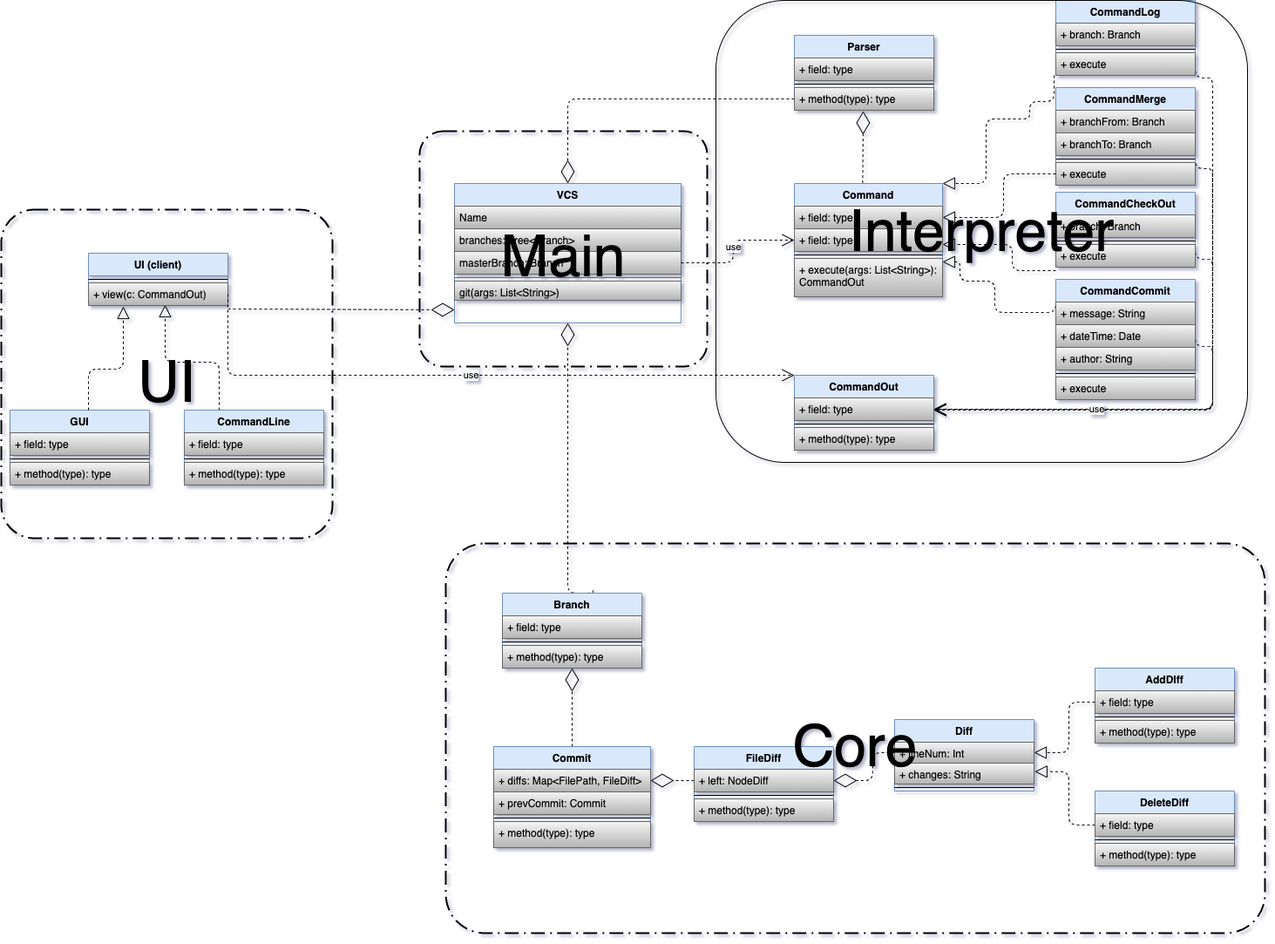
Earlier version of the draw.io export src/main/kotlin/com/roguelike/docs/vcs/class.png (Gammanik/roguelike). Source tidied: cells renumbered, new cells last; positions are measured from the earlier drawing's top-left corner, leaving out a move shared by most shapes.
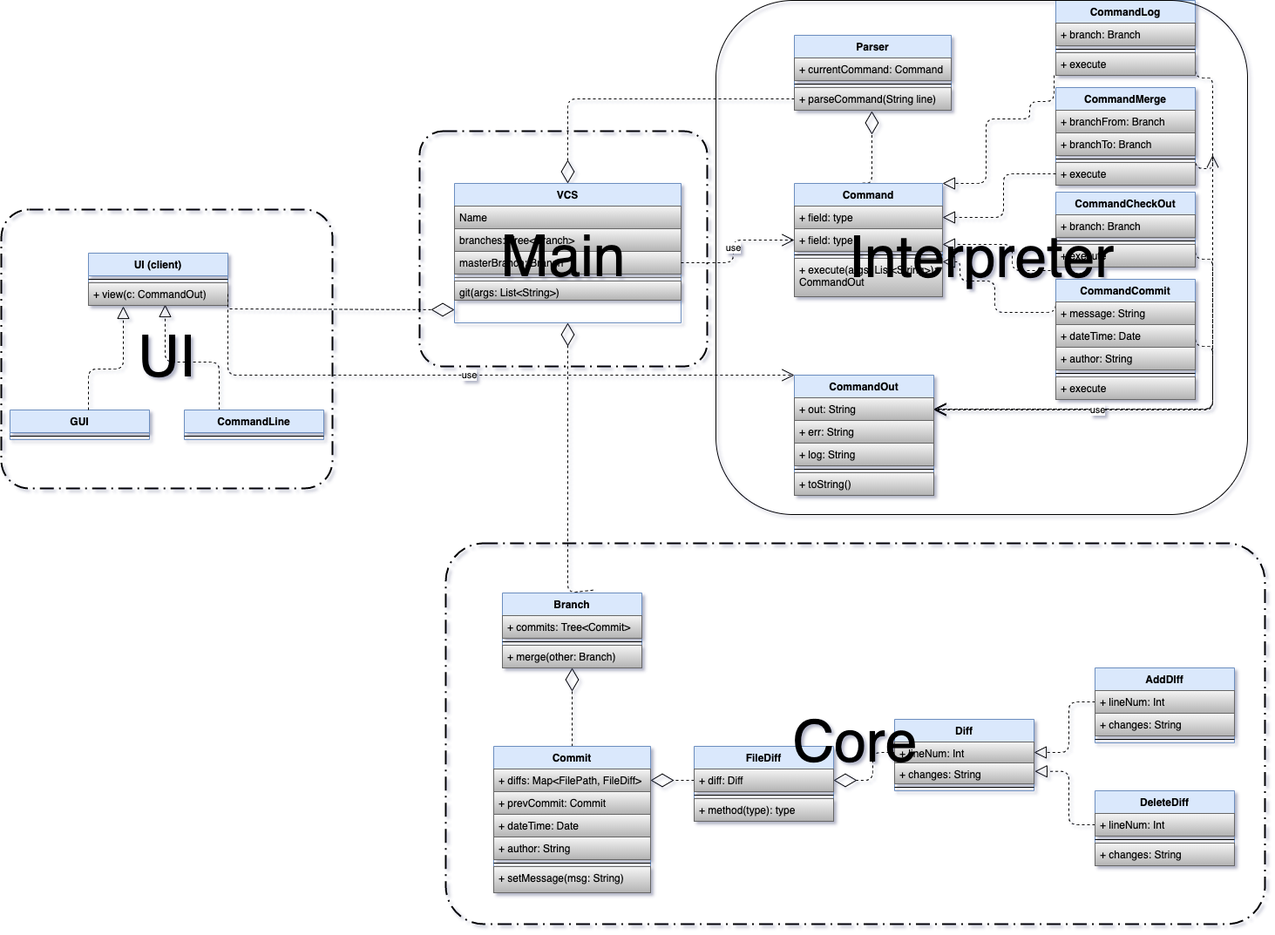
Later version of the same file.

What changed in the source:
```diff
@@ -4,2 +4,5 @@
     <mxCell id="1" parent="0" />
+    <mxCell id="92" value="UI" style="rounded=1;arcSize=10;dashed=1;strokeColor=#000000;fillColor=none;gradientColor=none;dashPattern=8 3 1 3;strokeWidth=2;fontSize=66;" parent="1" vertex="1">
+      <mxGeometry y="240" width="380" height="320" as="geometry" />
+    </mxCell>
     <mxCell id="2" style="edgeStyle=orthogonalEdgeStyle;rounded=1;jettySize=auto;html=1;exitX=0.25;exitY=0;exitDx=0;exitDy=0;entryX=0.55;entryY=0.962;entryDx=0;entryDy=0;entryPerimeter=0;endArrow=block;endFill=0;dashed=1;endSize=12;" parent="1" edge="1" source="11" target="10">
@@ -43,15 +46,9 @@
     <mxCell id="11" value="CommandLine" style="swimlane;fontStyle=1;align=center;verticalAlign=top;horizontal=1;startSize=26;strokeColor=#6c8ebf;fillColor=#dae8fc;" parent="1" vertex="1">
-      <mxGeometry x="210" y="470" width="160" height="86" as="geometry" />
+      <mxGeometry x="210" y="470" width="160" height="34" as="geometry" />
     </mxCell>
-    <mxCell id="12" value="+ field: type" style="text;strokeColor=#666666;fillColor=#f5f5f5;align=left;verticalAlign=top;spacingLeft=4;spacingRight=4;overflow=hidden;gradientColor=#b3b3b3;" parent="11" vertex="1">
-      <mxGeometry y="26" width="160" height="26" as="geometry" />
-    </mxCell>
     <mxCell id="13" style="line;strokeWidth=1;fillColor=none;align=left;verticalAlign=middle;spacingTop=-1;spacingLeft=3;spacingRight=3;labelPosition=right;" parent="11" vertex="1">
-      <mxGeometry y="52" width="160" height="8" as="geometry" />
+      <mxGeometry y="26" width="160" height="8" as="geometry" />
     </mxCell>
-    <mxCell id="14" value="+ method(type): type" style="text;strokeColor=#666666;fillColor=#f5f5f5;align=left;verticalAlign=top;spacingLeft=4;spacingRight=4;overflow=hidden;gradientColor=#b3b3b3;" parent="11" vertex="1">
-      <mxGeometry y="60" width="160" height="26" as="geometry" />
-    </mxCell>
     <mxCell id="15" value="GUI" style="swimlane;fontStyle=1;align=center;verticalAlign=top;horizontal=1;startSize=26;strokeColor=#6c8ebf;fillColor=#dae8fc;" parent="1" vertex="1">
-      <mxGeometry x="10" y="470" width="160" height="86" as="geometry" />
+      <mxGeometry x="10" y="470" width="160" height="34" as="geometry" />
     </mxCell>
@@ -66,11 +63,5 @@
     </mxCell>
-    <mxCell id="17" value="+ field: type" style="text;strokeColor=#666666;fillColor=#f5f5f5;align=left;verticalAlign=top;spacingLeft=4;spacingRight=4;overflow=hidden;gradientColor=#b3b3b3;" parent="15" vertex="1">
-      <mxGeometry y="26" width="160" height="26" as="geometry" />
-    </mxCell>
     <mxCell id="18" style="line;strokeWidth=1;fillColor=none;align=left;verticalAlign=middle;spacingTop=-1;spacingLeft=3;spacingRight=3;labelPosition=right;" parent="15" vertex="1">
-      <mxGeometry y="52" width="160" height="8" as="geometry" />
+      <mxGeometry y="26" width="160" height="8" as="geometry" />
     </mxCell>
-    <mxCell id="19" value="+ method(type): type" style="text;strokeColor=#666666;fillColor=#f5f5f5;align=left;verticalAlign=top;spacingLeft=4;spacingRight=4;overflow=hidden;gradientColor=#b3b3b3;" parent="15" vertex="1">
-      <mxGeometry y="60" width="160" height="26" as="geometry" />
-    </mxCell>
     <mxCell id="20" style="edgeStyle=orthogonalEdgeStyle;rounded=1;jettySize=auto;html=1;dashed=1;endArrow=block;endFill=0;endSize=12;entryX=1.005;entryY=0.408;entryDx=0;entryDy=0;entryPerimeter=0;" parent="1" edge="1" source="88" target="81">
@@ -103,12 +94,12 @@
     <mxCell id="29" value="Parser" style="swimlane;fontStyle=1;align=center;verticalAlign=top;horizontal=1;startSize=26;fillColor=#dae8fc;strokeColor=#6c8ebf;" parent="1" vertex="1">
-      <mxGeometry x="910" y="40" width="160" height="86" as="geometry" />
+      <mxGeometry x="910" y="40" width="180" height="86" as="geometry" />
     </mxCell>
-    <mxCell id="30" value="+ field: type" style="text;strokeColor=#666666;fillColor=#f5f5f5;align=left;verticalAlign=top;spacingLeft=4;spacingRight=4;overflow=hidden;gradientColor=#b3b3b3;" parent="29" vertex="1">
-      <mxGeometry y="26" width="160" height="26" as="geometry" />
+    <mxCell id="30" value="+ currentCommand: Command" style="text;strokeColor=#666666;fillColor=#f5f5f5;align=left;verticalAlign=top;spacingLeft=4;spacingRight=4;overflow=hidden;gradientColor=#b3b3b3;" parent="29" vertex="1">
+      <mxGeometry y="26" width="180" height="26" as="geometry" />
     </mxCell>
     <mxCell id="31" style="line;strokeWidth=1;fillColor=none;align=left;verticalAlign=middle;spacingTop=-1;spacingLeft=3;spacingRight=3;labelPosition=right;" parent="29" vertex="1">
-      <mxGeometry y="52" width="160" height="8" as="geometry" />
+      <mxGeometry y="52" width="180" height="8" as="geometry" />
     </mxCell>
-    <mxCell id="32" value="+ method(type): type" style="text;strokeColor=#666666;fillColor=#f5f5f5;align=left;verticalAlign=top;spacingLeft=4;spacingRight=4;overflow=hidden;points=[[0,0.5],[1,0.5]];portConstraint=eastwest;gradientColor=#b3b3b3;" parent="29" vertex="1">
-      <mxGeometry y="60" width="160" height="26" as="geometry" />
+    <mxCell id="32" value="+ parseCommand(String line)" style="text;strokeColor=#666666;fillColor=#f5f5f5;align=left;verticalAlign=top;spacingLeft=4;spacingRight=4;overflow=hidden;points=[[0,0.5],[1,0.5]];portConstraint=eastwest;gradientColor=#b3b3b3;" parent="29" vertex="1">
+      <mxGeometry y="60" width="180" height="26" as="geometry" />
     </mxCell>
@@ -171,15 +162,22 @@
     <mxCell id="43" value="CommandOut" style="swimlane;fontStyle=1;align=center;verticalAlign=top;horizontal=1;startSize=26;strokeColor=#6c8ebf;fillColor=#dae8fc;" parent="1" vertex="1">
-      <mxGeometry x="910" y="430" width="160" height="86" as="geometry" />
+      <mxGeometry x="910" y="430" width="160" height="138" as="geometry" />
     </mxCell>
+    <mxCell id="102" value="+ out: String" style="text;strokeColor=#666666;fillColor=#f5f5f5;align=left;verticalAlign=top;spacingLeft=4;spacingRight=4;overflow=hidden;gradientColor=#b3b3b3;" parent="43" vertex="1">
+      <mxGeometry y="26" width="160" height="26" as="geometry" />
+    </mxCell>
+    <mxCell id="103" value="+ err: String" style="text;strokeColor=#666666;fillColor=#f5f5f5;align=left;verticalAlign=top;spacingLeft=4;spacingRight=4;overflow=hidden;gradientColor=#b3b3b3;" parent="43" vertex="1">
+      <mxGeometry y="52" width="160" height="26" as="geometry" />
+    </mxCell>
-    <mxCell id="44" value="+ field: type" style="text;strokeColor=#666666;fillColor=#f5f5f5;align=left;verticalAlign=top;spacingLeft=4;spacingRight=4;overflow=hidden;points=[[0,0.5],[1,0.5]];portConstraint=eastwest;gradientColor=#b3b3b3;" parent="43" vertex="1">
-      <mxGeometry y="26" width="160" height="26" as="geometry" />
+    <mxCell id="44" value="+ log: String" style="text;strokeColor=#666666;fillColor=#f5f5f5;align=left;verticalAlign=top;spacingLeft=4;spacingRight=4;overflow=hidden;points=[[0,0.5],[1,0.5]];portConstraint=eastwest;gradientColor=#b3b3b3;" parent="43" vertex="1">
+      <mxGeometry y="78" width="160" height="26" as="geometry" />
     </mxCell>
     <mxCell id="45" style="line;strokeWidth=1;fillColor=none;align=left;verticalAlign=middle;spacingTop=-1;spacingLeft=3;spacingRight=3;labelPosition=right;" parent="43" vertex="1">
-      <mxGeometry y="52" width="160" height="8" as="geometry" />
+      <mxGeometry y="104" width="160" height="8" as="geometry" />
     </mxCell>
-    <mxCell id="46" value="+ method(type): type" style="text;strokeColor=#666666;fillColor=#f5f5f5;align=left;verticalAlign=top;spacingLeft=4;spacingRight=4;overflow=hidden;gradientColor=#b3b3b3;" parent="43" vertex="1">
-      <mxGeometry y="60" width="160" height="26" as="geometry" />
+    <mxCell id="46" value="+ toString()" style="text;strokeColor=#666666;fillColor=#f5f5f5;align=left;verticalAlign=top;spacingLeft=4;spacingRight=4;overflow=hidden;gradientColor=#b3b3b3;" parent="43" vertex="1">
+      <mxGeometry y="112" width="160" height="26" as="geometry" />
     </mxCell>
-    <mxCell id="47" style="edgeStyle=orthogonalEdgeStyle;rounded=1;jettySize=auto;html=1;exitX=1;exitY=0.5;exitDx=0;exitDy=0;entryX=1;entryY=0.5;entryDx=0;entryDy=0;dashed=1;endArrow=open;endSize=12;" parent="1" edge="1" source="95" target="44">
+    <mxCell id="47" style="edgeStyle=orthogonalEdgeStyle;rounded=1;jettySize=auto;html=1;exitX=1;exitY=0.5;exitDx=0;exitDy=0;dashed=1;endArrow=open;endSize=12;" parent="1" edge="1" source="95">
       <mxGeometry relative="1" as="geometry">
+        <mxPoint x="1070" y="469" as="targetPoint" />
         <Array as="points">
@@ -199,8 +197,7 @@
     </mxCell>
-    <mxCell id="49" style="edgeStyle=orthogonalEdgeStyle;rounded=1;jettySize=auto;html=1;exitX=1;exitY=0.5;exitDx=0;exitDy=0;dashed=1;endArrow=open;endSize=12;" parent="1" edge="1" source="66">
+    <mxCell id="49" style="edgeStyle=orthogonalEdgeStyle;rounded=1;jettySize=auto;html=1;exitX=1;exitY=0.5;exitDx=0;exitDy=0;dashed=1;endArrow=open;endSize=12;" parent="1" edge="1" source="66" target="100">
       <mxGeometry relative="1" as="geometry">
-        <mxPoint x="1070" y="470" as="targetPoint" />
         <Array as="points">
+          <mxPoint x="1370" y="193" />
           <mxPoint x="1390" y="193" />
-          <mxPoint x="1390" y="470" />
         </Array>
@@ -208,4 +205,5 @@
     </mxCell>
-    <mxCell id="50" style="edgeStyle=orthogonalEdgeStyle;rounded=1;jettySize=auto;html=1;exitX=1;exitY=0.5;exitDx=0;exitDy=0;entryX=1;entryY=0.5;entryDx=0;entryDy=0;dashed=1;endArrow=open;endSize=12;" parent="1" edge="1" source="62" target="44">
+    <mxCell id="50" style="edgeStyle=orthogonalEdgeStyle;rounded=1;jettySize=auto;html=1;exitX=1;exitY=0.5;exitDx=0;exitDy=0;dashed=1;endArrow=open;endSize=12;" parent="1" edge="1" source="62">
       <mxGeometry relative="1" as="geometry">
+        <mxPoint x="1070" y="469" as="targetPoint" />
         <Array as="points">
@@ -229,3 +227,3 @@
     </mxCell>
-    <mxCell id="54" value="+ field: type" style="text;strokeColor=#666666;fillColor=#f5f5f5;align=left;verticalAlign=top;spacingLeft=4;spacingRight=4;overflow=hidden;gradientColor=#b3b3b3;" parent="53" vertex="1">
+    <mxCell id="54" value="+ commits: Tree&lt;Commit&gt;" style="text;strokeColor=#666666;fillColor=#f5f5f5;align=left;verticalAlign=top;spacingLeft=4;spacingRight=4;overflow=hidden;gradientColor=#b3b3b3;" parent="53" vertex="1">
       <mxGeometry y="26" width="160" height="26" as="geometry" />
@@ -235,3 +233,3 @@
     </mxCell>
-    <mxCell id="56" value="+ method(type): type" style="text;strokeColor=#666666;fillColor=#f5f5f5;align=left;verticalAlign=top;spacingLeft=4;spacingRight=4;overflow=hidden;points=[[0,0.5],[1,0.5]];portConstraint=eastwest;gradientColor=#b3b3b3;" parent="53" vertex="1">
+    <mxCell id="56" value="+ merge(other: Branch)" style="text;strokeColor=#666666;fillColor=#f5f5f5;align=left;verticalAlign=top;spacingLeft=4;spacingRight=4;overflow=hidden;points=[[0,0.5],[1,0.5]];portConstraint=eastwest;gradientColor=#b3b3b3;" parent="53" vertex="1">
       <mxGeometry y="60" width="160" height="26" as="geometry" />
@@ -278,3 +276,3 @@
     <mxCell id="70" value="Commit" style="swimlane;fontStyle=1;align=center;verticalAlign=top;horizontal=1;startSize=26;strokeColor=#6c8ebf;fillColor=#dae8fc;" parent="1" vertex="1">
-      <mxGeometry x="565" y="856" width="180" height="116" as="geometry" />
+      <mxGeometry x="565" y="856" width="180" height="168" as="geometry" />
     </mxCell>
@@ -286,7 +284,13 @@
     </mxCell>
+    <mxCell id="104" value="+ dateTime: Date" style="text;strokeColor=#666666;fillColor=#f5f5f5;align=left;verticalAlign=top;spacingLeft=4;spacingRight=4;overflow=hidden;gradientColor=#b3b3b3;" parent="70" vertex="1">
+      <mxGeometry y="78" width="180" height="26" as="geometry" />
+    </mxCell>
+    <mxCell id="105" value="+ author: String" style="text;strokeColor=#666666;fillColor=#f5f5f5;align=left;verticalAlign=top;spacingLeft=4;spacingRight=4;overflow=hidden;gradientColor=#b3b3b3;" parent="70" vertex="1">
+      <mxGeometry y="104" width="180" height="26" as="geometry" />
+    </mxCell>
     <mxCell id="73" style="line;strokeWidth=1;fillColor=none;align=left;verticalAlign=middle;spacingTop=-1;spacingLeft=3;spacingRight=3;labelPosition=right;" parent="70" vertex="1">
-      <mxGeometry y="78" width="180" height="8" as="geometry" />
+      <mxGeometry y="130" width="180" height="8" as="geometry" />
     </mxCell>
-    <mxCell id="74" value="+ method(type): type" style="text;strokeColor=#666666;fillColor=#f5f5f5;align=left;verticalAlign=top;spacingLeft=4;spacingRight=4;overflow=hidden;gradientColor=#b3b3b3;" parent="70" vertex="1">
-      <mxGeometry y="86" width="180" height="30" as="geometry" />
+    <mxCell id="74" value="+ setMessage(msg: String)" style="text;strokeColor=#666666;fillColor=#f5f5f5;align=left;verticalAlign=top;spacingLeft=4;spacingRight=4;overflow=hidden;gradientColor=#b3b3b3;" parent="70" vertex="1">
+      <mxGeometry y="138" width="180" height="30" as="geometry" />
     </mxCell>
@@ -295,3 +299,3 @@
     </mxCell>
-    <mxCell id="76" value="+ left: NodeDiff" style="text;strokeColor=#666666;fillColor=#f5f5f5;align=left;verticalAlign=top;spacingLeft=4;spacingRight=4;overflow=hidden;points=[[0,0.5],[1,0.5]];portConstraint=eastwest;gradientColor=#b3b3b3;" parent="75" vertex="1">
+    <mxCell id="76" value="+ diff: Diff" style="text;strokeColor=#666666;fillColor=#f5f5f5;align=left;verticalAlign=top;spacingLeft=4;spacingRight=4;overflow=hidden;points=[[0,0.5],[1,0.5]];portConstraint=eastwest;gradientColor=#b3b3b3;" parent="75" vertex="1">
       <mxGeometry y="26" width="160" height="26" as="geometry" />
@@ -319,11 +323,11 @@
     </mxCell>
-    <mxCell id="84" value="+ field: type" style="text;strokeColor=#666666;fillColor=#f5f5f5;align=left;verticalAlign=top;spacingLeft=4;spacingRight=4;overflow=hidden;points=[[0,0.5],[1,0.5]];portConstraint=eastwest;gradientColor=#b3b3b3;" parent="83" vertex="1">
+    <mxCell id="84" value="+ lineNum: Int" style="text;strokeColor=#666666;fillColor=#f5f5f5;align=left;verticalAlign=top;spacingLeft=4;spacingRight=4;overflow=hidden;points=[[0,0.5],[1,0.5]];portConstraint=eastwest;gradientColor=#b3b3b3;" parent="83" vertex="1">
       <mxGeometry y="26" width="160" height="26" as="geometry" />
     </mxCell>
+    <mxCell id="106" value="+ changes: String" style="text;strokeColor=#666666;fillColor=#f5f5f5;align=left;verticalAlign=top;spacingLeft=4;spacingRight=4;overflow=hidden;gradientColor=#b3b3b3;" parent="83" vertex="1">
+      <mxGeometry y="52" width="160" height="26" as="geometry" />
+    </mxCell>
     <mxCell id="85" style="line;strokeWidth=1;fillColor=none;align=left;verticalAlign=middle;spacingTop=-1;spacingLeft=3;spacingRight=3;labelPosition=right;" parent="83" vertex="1">
-      <mxGeometry y="52" width="160" height="8" as="geometry" />
+      <mxGeometry y="78" width="160" height="8" as="geometry" />
     </mxCell>
-    <mxCell id="86" value="+ method(type): type" style="text;strokeColor=#666666;fillColor=#f5f5f5;align=left;verticalAlign=top;spacingLeft=4;spacingRight=4;overflow=hidden;gradientColor=#b3b3b3;" parent="83" vertex="1">
-      <mxGeometry y="60" width="160" height="26" as="geometry" />
-    </mxCell>
     <mxCell id="87" value="DeleteDiff" style="swimlane;fontStyle=1;align=center;verticalAlign=top;horizontal=1;startSize=26;strokeColor=#6c8ebf;fillColor=#dae8fc;" parent="1" vertex="1">
@@ -331,3 +335,3 @@
     </mxCell>
-    <mxCell id="88" value="+ field: type" style="text;strokeColor=#666666;fillColor=#f5f5f5;align=left;verticalAlign=top;spacingLeft=4;spacingRight=4;overflow=hidden;points=[[0,0.5],[1,0.5]];portConstraint=eastwest;gradientColor=#b3b3b3;" parent="87" vertex="1">
+    <mxCell id="88" value="+ lineNum: Int" style="text;strokeColor=#666666;fillColor=#f5f5f5;align=left;verticalAlign=top;spacingLeft=4;spacingRight=4;overflow=hidden;points=[[0,0.5],[1,0.5]];portConstraint=eastwest;gradientColor=#b3b3b3;" parent="87" vertex="1">
       <mxGeometry y="26" width="160" height="26" as="geometry" />
@@ -337,11 +341,5 @@
     </mxCell>
-    <mxCell id="90" value="+ method(type): type" style="text;strokeColor=#666666;fillColor=#f5f5f5;align=left;verticalAlign=top;spacingLeft=4;spacingRight=4;overflow=hidden;gradientColor=#b3b3b3;" parent="87" vertex="1">
+    <mxCell id="90" value="+ changes: String" style="text;strokeColor=#666666;fillColor=#f5f5f5;align=left;verticalAlign=top;spacingLeft=4;spacingRight=4;overflow=hidden;gradientColor=#b3b3b3;" parent="87" vertex="1">
       <mxGeometry y="60" width="160" height="26" as="geometry" />
     </mxCell>
-    <mxCell id="91" value="Core" style="rounded=1;arcSize=10;dashed=1;strokeColor=#000000;fillColor=none;gradientColor=none;dashPattern=8 3 1 3;strokeWidth=2;fontSize=66;" parent="1" vertex="1">
-      <mxGeometry x="510" y="623" width="940" height="447" as="geometry" />
-    </mxCell>
-    <mxCell id="92" value="UI" style="rounded=1;arcSize=10;dashed=1;strokeColor=#000000;fillColor=none;gradientColor=none;dashPattern=8 3 1 3;strokeWidth=2;fontSize=66;" parent="1" vertex="1">
-      <mxGeometry y="240" width="380" height="377" as="geometry" />
-    </mxCell>
     <mxCell id="93" style="edgeStyle=orthogonalEdgeStyle;rounded=1;jettySize=auto;html=1;entryX=1;entryY=0.5;entryDx=0;entryDy=0;dashed=1;endArrow=block;endFill=0;fontSize=11;endSize=12;" parent="1" edge="1" source="69" target="35">
@@ -367,8 +365,11 @@
     </mxCell>
+    <mxCell id="101" value="Main" style="rounded=1;arcSize=10;dashed=1;strokeColor=#000000;fillColor=none;gradientColor=none;dashPattern=8 3 1 3;strokeWidth=2;fontSize=66;" parent="1" vertex="1">
+      <mxGeometry x="480" y="150" width="330" height="270" as="geometry" />
+    </mxCell>
+    <mxCell id="91" value="Core" style="rounded=1;arcSize=10;dashed=1;strokeColor=#000000;fillColor=none;gradientColor=none;dashPattern=8 3 1 3;strokeWidth=2;fontSize=66;" parent="1" vertex="1">
+      <mxGeometry x="510" y="623" width="940" height="437" as="geometry" />
+    </mxCell>
     <mxCell id="100" value="Interpreter" style="shape=ext;rounded=1;html=1;whiteSpace=wrap;fontSize=66;fillColor=none;" parent="1" vertex="1">
-      <mxGeometry x="820" width="610" height="530" as="geometry" />
+      <mxGeometry x="820" width="610" height="590" as="geometry" />
     </mxCell>
-    <mxCell id="101" value="Main" style="rounded=1;arcSize=10;dashed=1;strokeColor=#000000;fillColor=none;gradientColor=none;dashPattern=8 3 1 3;strokeWidth=2;fontSize=66;" parent="1" vertex="1">
-      <mxGeometry x="480" y="150" width="330" height="270" as="geometry" />
-    </mxCell>
   </root>
```
